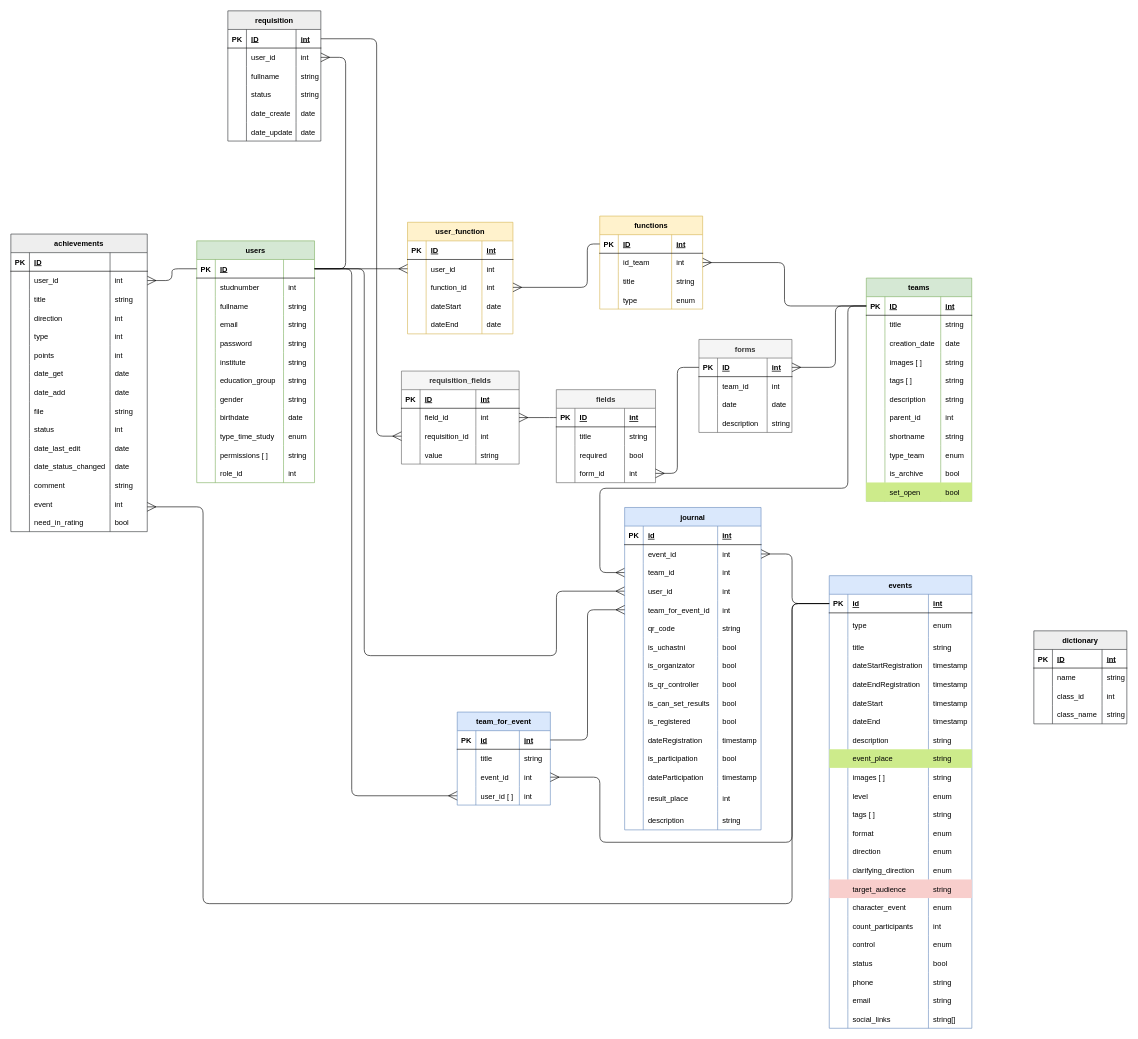
Before: page "Физическая" (2 of 3) of Схема БД.drawio in KomogortsevaYulia/Raiting-Teams-Events, a draw.io diagram. Source tidied: cells renumbered, new cells numbered last; positions are measured from the earlier drawing's top-left corner, leaving out a move shared by most shapes. Both pictures are drawn from the tidied source at 62%, with x=0, y=0 at pixel (11, 11).
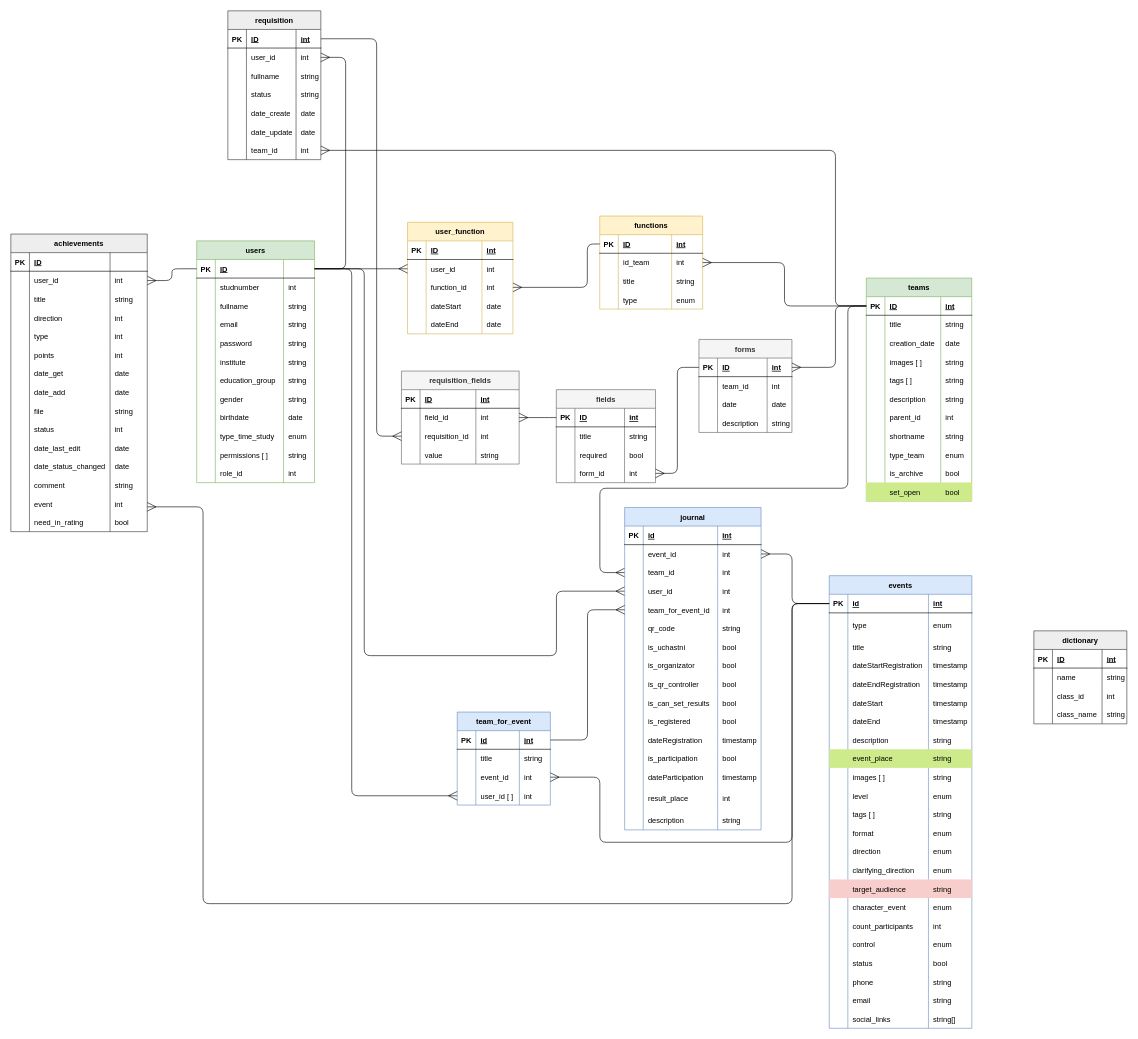
The same diagram, later.

The change refers to these unchanged cells:
```xml
<mxCell id="52" style="shape=tableRow;horizontal=0;startSize=0;swimlaneHead=0;swimlaneBody=0;fillColor=none;points=[[0,0.5],[1,0.5]];portConstraint=eastwest;top=0;left=0;right=0;bottom=1;" parent="51" vertex="1">
  <mxGeometry y="30" width="170" height="30" as="geometry" />
</mxCell>
```

Change to the diagram source:
```diff
@@
     <mxCell id="452" value="requisition" style="shape=table;startSize=30;childLayout=tableLayout;rowLines=0;fontStyle=1;align=center;fillColor=#eeeeee;strokeColor=#36393d;" parent="1" vertex="1">
-      <mxGeometry x="350" width="150" height="210" as="geometry" />
+      <mxGeometry x="350" width="150" height="240" as="geometry" />
     </mxCell>
@@
+    <mxCell id="479" style="shape=tableRow;horizontal=0;startSize=0;swimlaneHead=0;swimlaneBody=0;fillColor=none;points=[[0,0.5],[1,0.5]];portConstraint=eastwest;top=0;left=0;right=0;bottom=0;" parent="452" vertex="1">
+      <mxGeometry y="210" width="150" height="30" as="geometry" />
+    </mxCell>
+    <mxCell id="480" style="shape=partialRectangle;fillColor=none;top=0;left=0;bottom=0;right=0;overflow=hidden;" parent="479" vertex="1">
+      <mxGeometry width="30" height="30" as="geometry" />
+    </mxCell>
+    <mxCell id="481" value="team_id" style="shape=partialRectangle;fillColor=none;top=0;left=0;bottom=0;right=0;align=left;spacingLeft=6;overflow=hidden;" parent="479" vertex="1">
+      <mxGeometry x="30" width="80" height="30" as="geometry" />
+    </mxCell>
+    <mxCell id="482" value="int" style="shape=partialRectangle;fillColor=none;top=0;left=0;bottom=0;right=0;align=left;spacingLeft=6;overflow=hidden;" parent="479" vertex="1">
+      <mxGeometry x="110" width="40" height="30" as="geometry" />
+    </mxCell>
@@
+    <mxCell id="483" style="edgeStyle=orthogonalEdgeStyle;html=1;strokeWidth=1;endArrow=none;endFill=0;startSize=12;endSize=12;startArrow=ERmany;startFill=0;exitX=1;exitY=0.5;exitDx=0;exitDy=0;entryX=0;entryY=0.5;entryDx=0;entryDy=0;" parent="1" edge="1" source="479" target="52">
+      <mxGeometry relative="1" as="geometry">
+        <Array as="points">
+          <mxPoint x="1330" y="225" />
+          <mxPoint x="1330" y="476" />
+        </Array>
+      </mxGeometry>
+    </mxCell>
```
